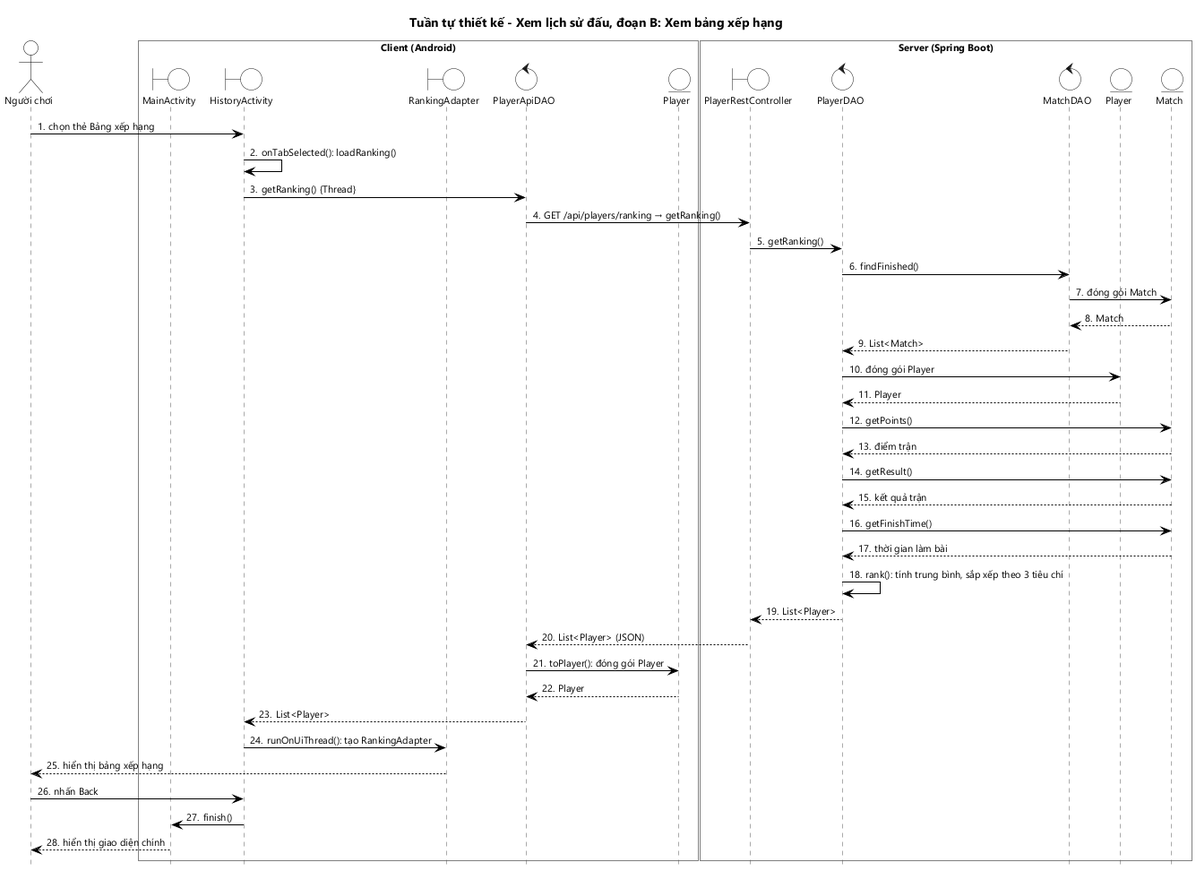
HungNguyenBa1811/math-dash keeps this PlantUML diagram as docs/hung/tuan-tu-thiet-ke-uc04b.png. Above is the earlier version.
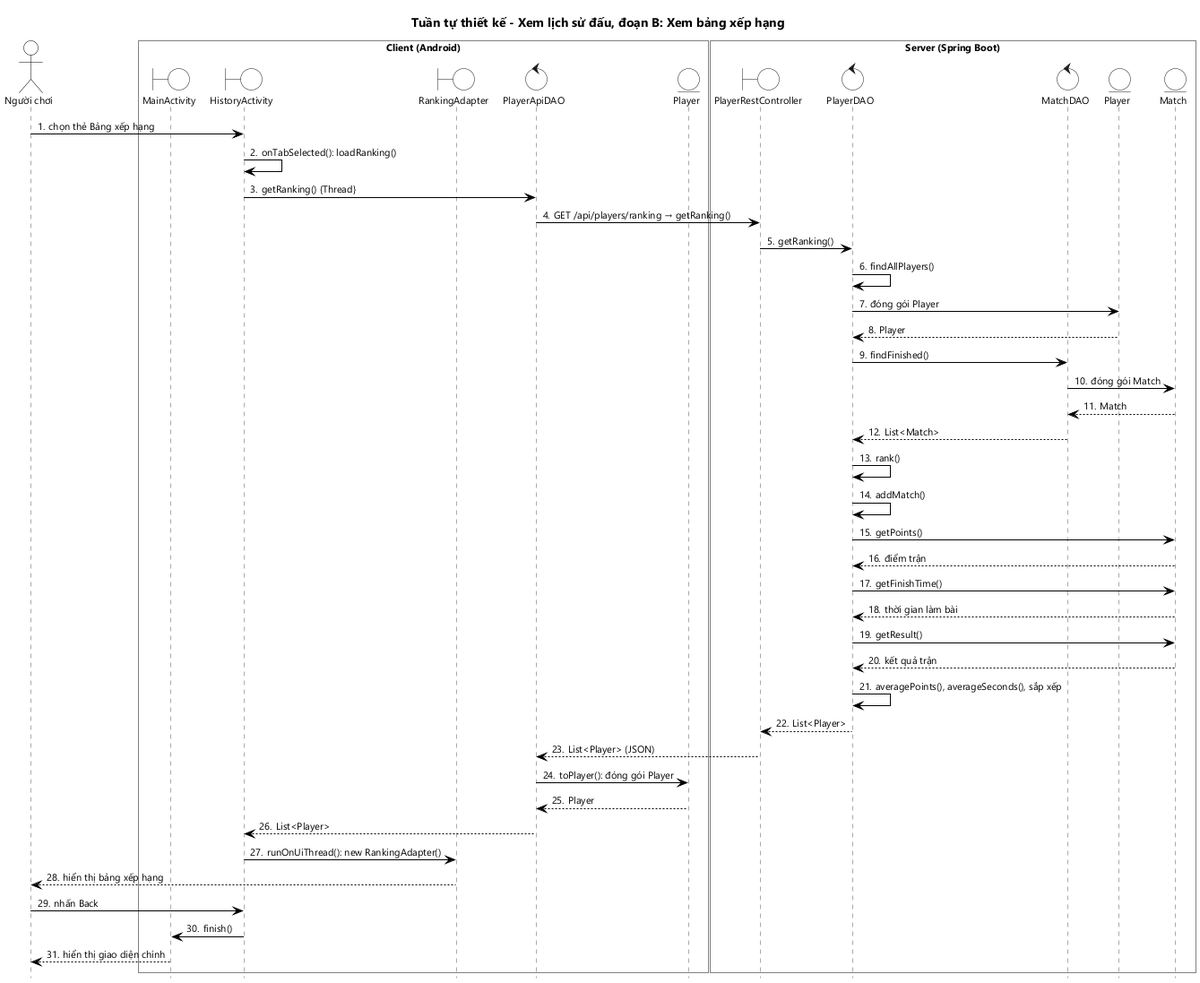
After the change.

The edit, as a diff of the source:
```diff
@@ -23,25 +23,28 @@
 HA -> PAD : getRanking() {Thread}
 PAD -> PRC : GET /api/players/ranking → getRanking()
 PRC -> PD : getRanking()
+PD -> PD : findAllPlayers()
+PD -> SP : đóng gói Player
+SP --> PD : Player
 PD -> MD : findFinished()
 MD -> SM : đóng gói Match
 SM --> MD : Match
 MD --> PD : List<Match>
-PD -> SP : đóng gói Player
-SP --> PD : Player
+PD -> PD : rank()
+PD -> PD : addMatch()
 PD -> SM : getPoints()
 SM --> PD : điểm trận
+PD -> SM : getFinishTime()
+SM --> PD : thời gian làm bài
 PD -> SM : getResult()
 SM --> PD : kết quả trận
-PD -> SM : getFinishTime()
-SM --> PD : thời gian làm bài
-PD -> PD : rank(): tính trung bình, sắp xếp theo 3 tiêu chí
+PD -> PD : averagePoints(), averageSeconds(), sắp xếp
 PD --> PRC : List<Player>
 PRC --> PAD : List<Player> (JSON)
 PAD -> P : toPlayer(): đóng gói Player
 P --> PAD : Player
 PAD --> HA : List<Player>
-HA -> RAD : runOnUiThread(): tạo RankingAdapter
+HA -> RAD : runOnUiThread(): new RankingAdapter()
 RAD --> U : hiển thị bảng xếp hạng
 U -> HA : nhấn Back
 HA -> MA : finish()
```
